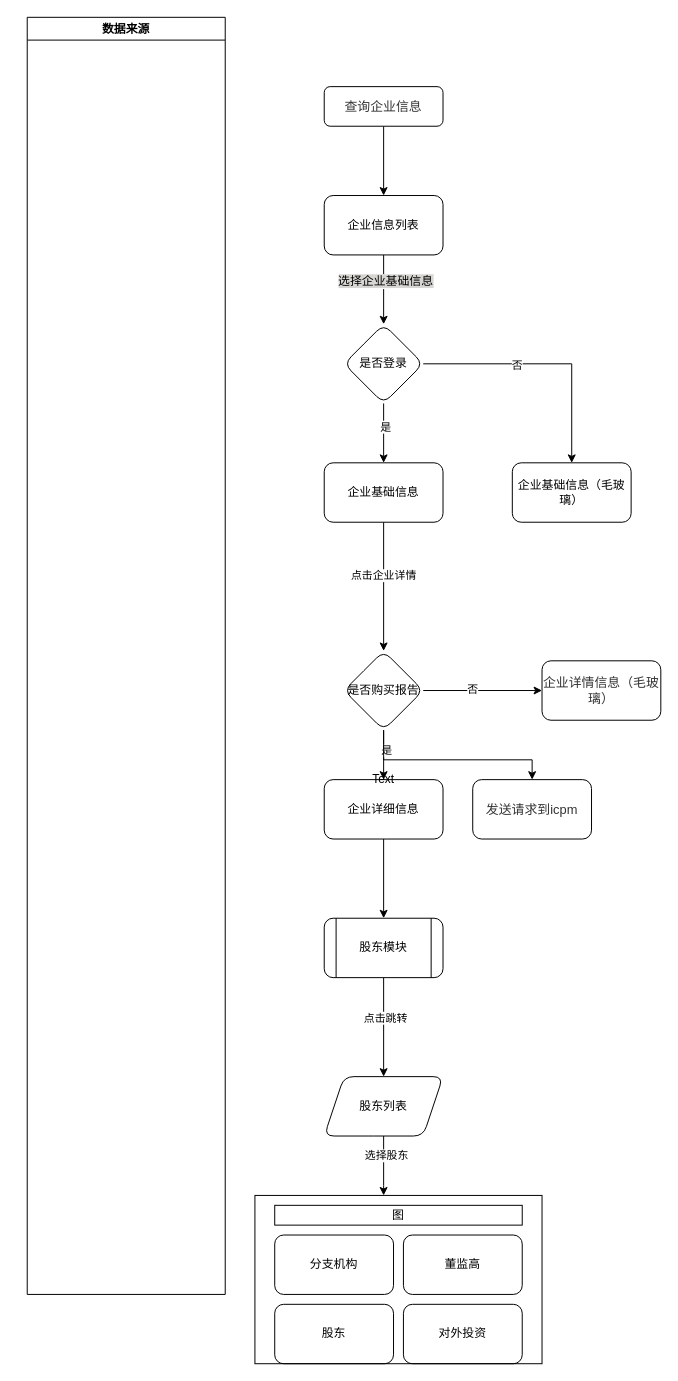
This is 全球鹰.drawio from lq460541033/draw_dev, a draw.io file, before an edit. Source tidied: cells renumbered, new cells numbered last; positions are measured from the earlier drawing's top-left corner, leaving out a move shared by most shapes. Both pictures are drawn from the tidied source at 99%, with x=0, y=0 at pixel (27, 17).
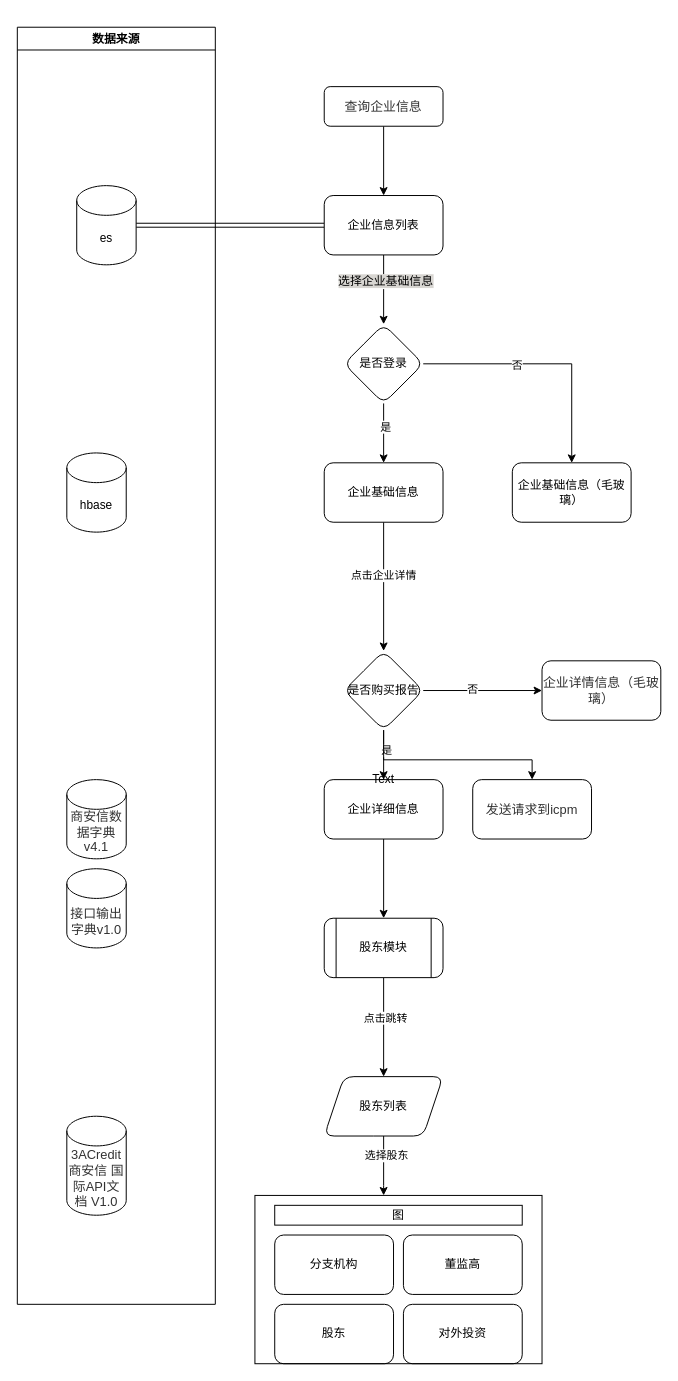
After the change.

Unchanged cells that the change refers to:
```xml
<mxCell id="6" value="企业信息列表" style="whiteSpace=wrap;html=1;rounded=1;" parent="1" vertex="1">
  <mxGeometry x="300" y="180" width="120" height="60" as="geometry" />
</mxCell>
```

Diff of the diagram source:
```diff
@@
+    <mxCell id="40" style="edgeStyle=orthogonalEdgeStyle;rounded=0;jettySize=auto;html=1;exitX=0;exitY=0.5;exitDx=0;exitDy=0;entryX=1;entryY=0.5;entryDx=0;entryDy=0;entryPerimeter=0;shape=link;" parent="1" edge="1" source="6" target="41">
+      <mxGeometry relative="1" as="geometry" />
+    </mxCell>
@@
     <mxCell id="39" value="数据来源" style="swimlane;" parent="1" vertex="1">
-      <mxGeometry width="200" height="1290" as="geometry" />
+      <mxGeometry x="-10" y="10" width="200" height="1290" as="geometry" />
     </mxCell>
+    <mxCell id="41" value="es" style="shape=cylinder3;whiteSpace=wrap;html=1;boundedLbl=1;backgroundOutline=1;size=15;" parent="39" vertex="1">
+      <mxGeometry x="60" y="160" width="60" height="80" as="geometry" />
+    </mxCell>
+    <mxCell id="42" value="hbase" style="shape=cylinder3;whiteSpace=wrap;html=1;boundedLbl=1;backgroundOutline=1;size=15;" parent="39" vertex="1">
+      <mxGeometry x="50" y="430" width="60" height="80" as="geometry" />
+    </mxCell>
+    <mxCell id="43" value="&lt;span style=&quot;color: rgb(50 , 50 , 50) ; font-size: 13px ; background-color: rgba(255 , 255 , 255 , 0.01)&quot;&gt;商安信数据字典v4.1&lt;/span&gt;" style="shape=cylinder3;whiteSpace=wrap;html=1;boundedLbl=1;backgroundOutline=1;size=15;" parent="39" vertex="1">
+      <mxGeometry x="50" y="760" width="60" height="80" as="geometry" />
+    </mxCell>
+    <mxCell id="44" value="&lt;span style=&quot;color: rgb(50 , 50 , 50) ; font-size: 13px ; background-color: rgba(255 , 255 , 255 , 0.01)&quot;&gt;接口输出字典v1.0&lt;/span&gt;" style="shape=cylinder3;whiteSpace=wrap;html=1;boundedLbl=1;backgroundOutline=1;size=15;" parent="39" vertex="1">
+      <mxGeometry x="50" y="850" width="60" height="80" as="geometry" />
+    </mxCell>
+    <mxCell id="45" value="&lt;span style=&quot;color: rgb(50 , 50 , 50) ; font-size: 13px ; background-color: rgba(255 , 255 , 255 , 0.01)&quot;&gt;3ACredit商安信 国际API文档 V1.0&lt;/span&gt;" style="shape=cylinder3;whiteSpace=wrap;html=1;boundedLbl=1;backgroundOutline=1;size=15;" parent="39" vertex="1">
+      <mxGeometry x="50" y="1100" width="60" height="100" as="geometry" />
+    </mxCell>
```
